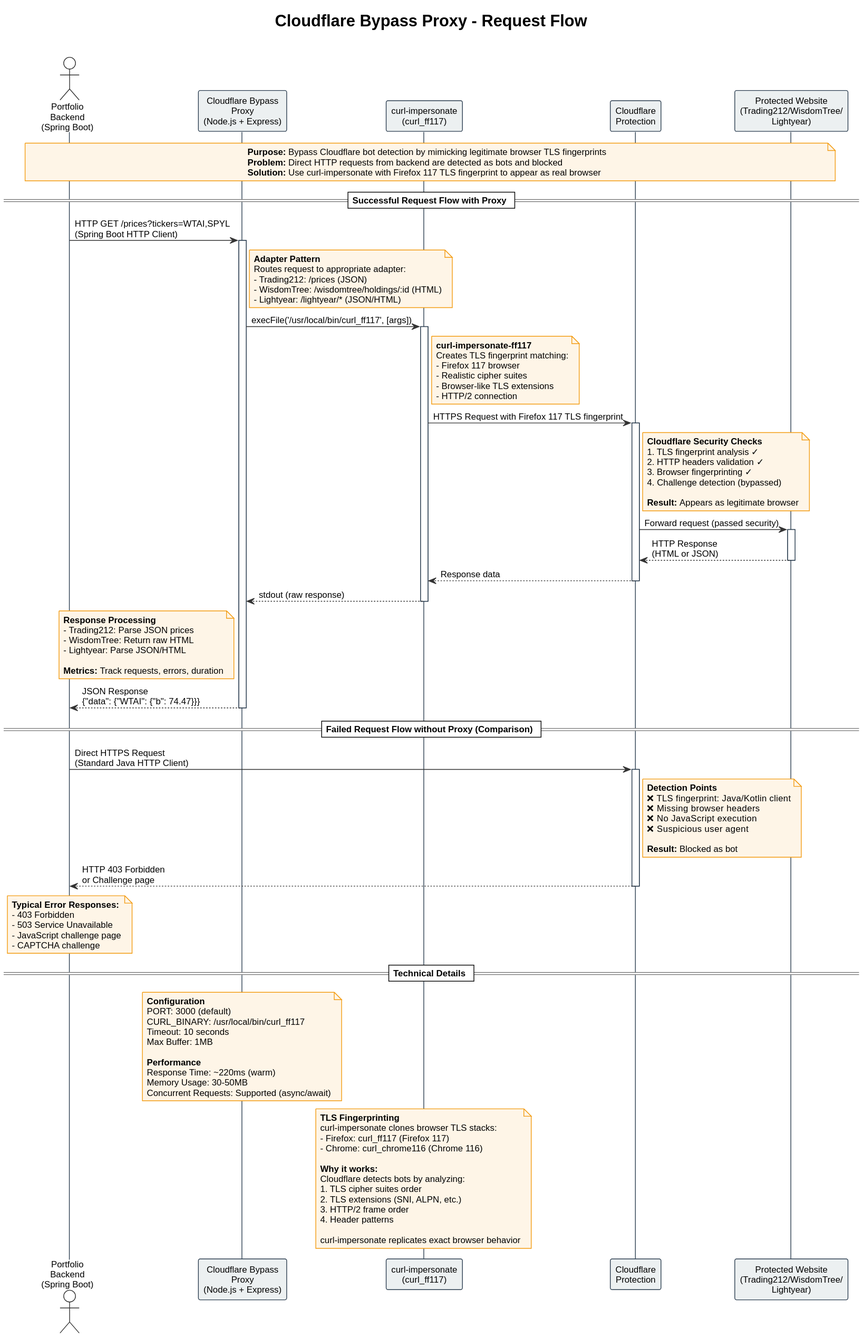
This is cloudflare-bypass-proxy/docs/cloudflare-bypass-flow.svg from ktenman/portfolio, a PlantUML export, as it was before one commit.
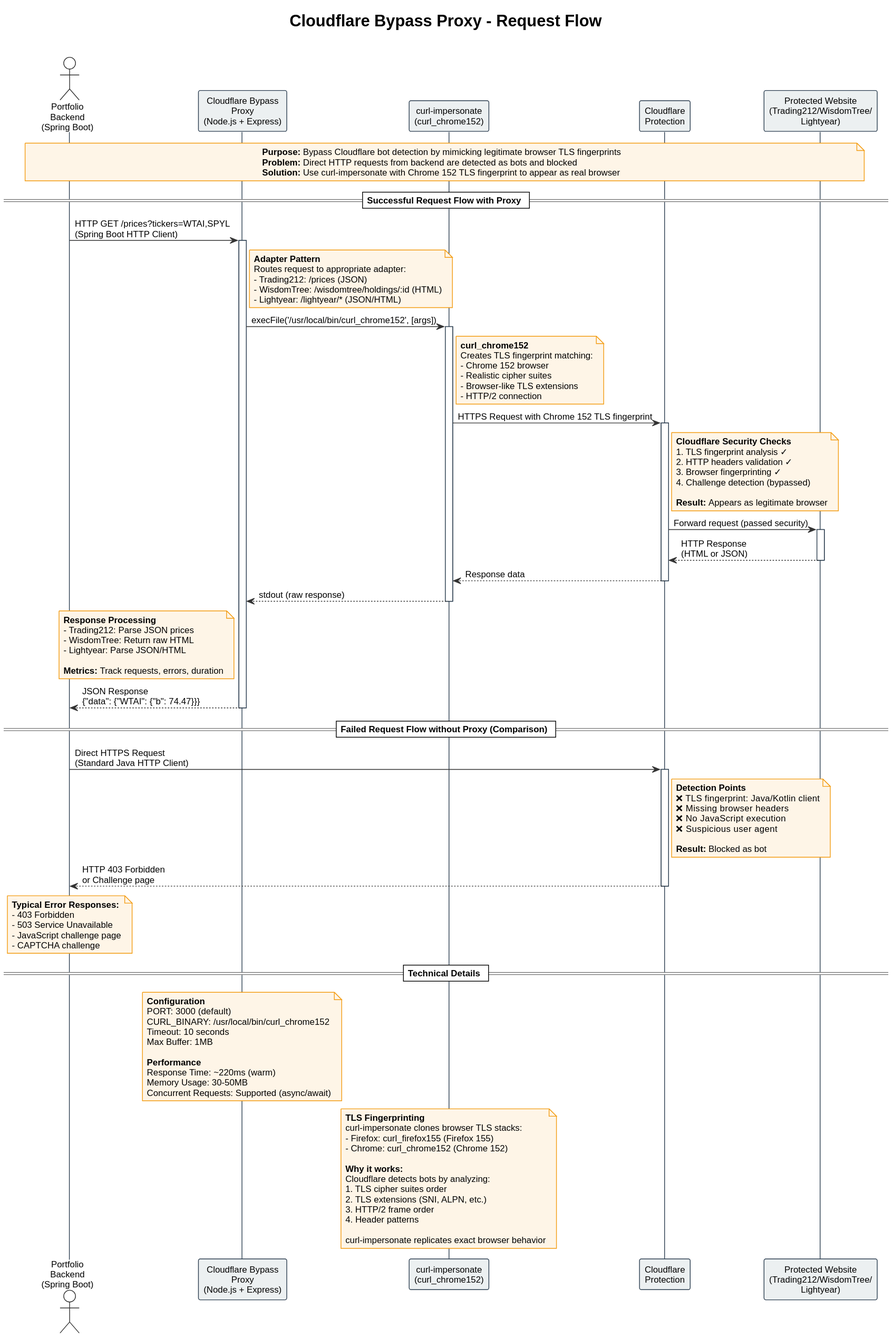
Above is the later version.

What changed in the source:
```diff
@@ -16,14 +16,14 @@
 
 actor "Portfolio\nBackend\n(Spring Boot)" as Backend
 participant "Cloudflare Bypass\nProxy\n(Node.js + Express)" as Proxy
-participant "curl-impersonate\n(curl_ff117)" as Curl
+participant "curl-impersonate\n(curl_chrome152)" as Curl
 participant "Cloudflare\nProtection" as Cloudflare
 participant "Protected Website\n(Trading212/WisdomTree/\nLightyear)" as Website
 
 note over Backend, Website
   **Purpose:** Bypass Cloudflare bot detection by mimicking legitimate browser TLS fingerprints
   **Problem:** Direct HTTP requests from backend are detected as bots and blocked
-  **Solution:** Use curl-impersonate with Firefox 117 TLS fingerprint to appear as real browser
+  **Solution:** Use curl-impersonate with Chrome 152 TLS fingerprint to appear as real browser
 end note
 
 == Successful Request Flow with Proxy ==
@@ -39,19 +39,19 @@
   - Lightyear: /lightyear/* (JSON/HTML)
 end note
 
-Proxy -> Curl: execFile('/usr/local/bin/curl_ff117', [args])
+Proxy -> Curl: execFile('/usr/local/bin/curl_chrome152', [args])
 activate Curl
 
 note right of Curl
-  **curl-impersonate-ff117**
+  **curl_chrome152**
   Creates TLS fingerprint matching:
-  - Firefox 117 browser
+  - Chrome 152 browser
   - Realistic cipher suites
   - Browser-like TLS extensions
   - HTTP/2 connection
 end note
 
-Curl -> Cloudflare: HTTPS Request with Firefox 117 TLS fingerprint
+Curl -> Cloudflare: HTTPS Request with Chrome 152 TLS fingerprint
 activate Cloudflare
 
 note right of Cloudflare
@@ -119,7 +119,7 @@
 note over Proxy
   **Configuration**
   PORT: 3000 (default)
-  CURL_BINARY: /usr/local/bin/curl_ff117
+  CURL_BINARY: /usr/local/bin/curl_chrome152
   Timeout: 10 seconds
   Max Buffer: 1MB
 
@@ -132,8 +132,8 @@
 note over Curl
   **TLS Fingerprinting**
   curl-impersonate clones browser TLS stacks:
-  - Firefox: curl_ff117 (Firefox 117)
-  - Chrome: curl_chrome116 (Chrome 116)
+  - Firefox: curl_firefox155 (Firefox 155)
+  - Chrome: curl_chrome152 (Chrome 152)
 
   **Why it works:**
   Cloudflare detects bots by analyzing:
```
